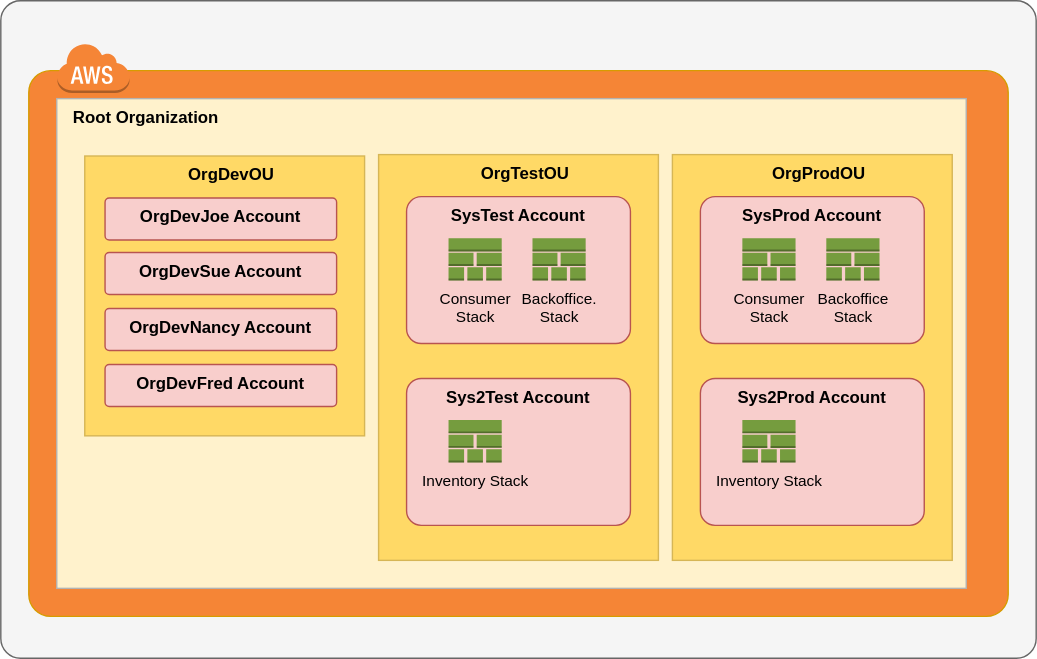
Above: docs/assets/img/LazyStackSMF6.svg in InSciCo/InSciCo (draw.io), before the change. Source tidied: cells renumbered, new cells last; positions are measured from the earlier drawing's top-left corner, leaving out a move shared by most shapes. Source of this version:
```xml
<mxGraphModel>
  <root>
    <mxCell id="0" />
    <mxCell id="1" parent="0" />
    <mxCell id="2" style="rounded=1;whiteSpace=wrap;html=1;labelBackgroundColor=#ffffff;strokeWidth=1;fillColor=#f5f5f5;fontSize=10;fontColor=#333333;arcSize=3;strokeColor=#666666;" parent="1" vertex="1">
      <mxGeometry width="740" height="470" as="geometry" />
    </mxCell>
    <mxCell id="3" style="rounded=1;arcSize=4;dashed=0;strokeWidth=1;fontSize=10;strokeColor=#d79b00;fillColor=#F58536;" parent="1" vertex="1">
      <mxGeometry x="20" y="50" width="700" height="390" as="geometry" />
    </mxCell>
    <mxCell id="4" value="Root Organization" style="rounded=0;whiteSpace=wrap;html=1;fillColor=#fff2cc;verticalAlign=top;align=left;spacingLeft=10;fontStyle=1;strokeColor=#B3B3B3;" parent="1" vertex="1">
      <mxGeometry x="40" y="70" width="650" height="350" as="geometry" />
    </mxCell>
    <mxCell id="5" style="dashed=0;html=1;shape=mxgraph.aws3.cloud;fillColor=#F58536;gradientColor=none;dashed=0;strokeWidth=1;fontSize=10;fontColor=#000000;" parent="1" vertex="1">
      <mxGeometry x="40" y="30" width="52" height="36" as="geometry" />
    </mxCell>
    <mxCell id="6" style="group;" parent="1" vertex="1">
      <mxGeometry x="60" y="111" width="200" height="210" as="geometry" />
    </mxCell>
    <mxCell id="7" value="OrgDevOU" style="rounded=0;whiteSpace=wrap;html=1;strokeColor=#d6b656;verticalAlign=top;align=center;spacingLeft=10;fontStyle=1;fillColor=#FFD966;" parent="6" vertex="1">
      <mxGeometry width="200" height="200" as="geometry" />
    </mxCell>
    <mxCell id="8" style="group;" parent="6" vertex="1">
      <mxGeometry x="14.5" y="30" width="165.5" height="30" as="geometry" />
    </mxCell>
    <mxCell id="9" value="OrgDevJoe Account" style="rounded=1;arcSize=10;dashed=0;fillColor=#f8cecc;strokeWidth=1;fontSize=12;strokeColor=#b85450;verticalAlign=top;fontStyle=1;" parent="8" vertex="1">
      <mxGeometry width="165.5" height="30" as="geometry" />
    </mxCell>
    <mxCell id="10" style="group;" parent="6" vertex="1">
      <mxGeometry x="14.5" y="149" width="165.5" height="30" as="geometry" />
    </mxCell>
    <mxCell id="11" value="OrgDevFred Account" style="rounded=1;arcSize=10;dashed=0;fillColor=#f8cecc;strokeWidth=1;fontSize=12;strokeColor=#b85450;verticalAlign=top;fontStyle=1;" parent="10" vertex="1">
      <mxGeometry width="165.5" height="30" as="geometry" />
    </mxCell>
    <mxCell id="12" style="group;" parent="6" vertex="1">
      <mxGeometry x="14.5" y="109" width="165.5" height="30" as="geometry" />
    </mxCell>
    <mxCell id="13" value="OrgDevNancy Account" style="rounded=1;arcSize=10;dashed=0;fillColor=#f8cecc;strokeWidth=1;fontSize=12;strokeColor=#b85450;verticalAlign=top;fontStyle=1;" parent="12" vertex="1">
      <mxGeometry width="165.5" height="30" as="geometry" />
    </mxCell>
    <mxCell id="14" style="group;" parent="6" vertex="1">
      <mxGeometry x="14.5" y="69" width="165.5" height="30" as="geometry" />
    </mxCell>
    <mxCell id="15" value="OrgDevSue Account" style="rounded=1;arcSize=10;dashed=0;fillColor=#f8cecc;strokeWidth=1;fontSize=12;strokeColor=#b85450;verticalAlign=top;fontStyle=1;" parent="14" vertex="1">
      <mxGeometry width="165.5" height="30" as="geometry" />
    </mxCell>
    <mxCell id="16" style="group;" parent="1" vertex="1">
      <mxGeometry x="270" y="110" width="200" height="320" as="geometry" />
    </mxCell>
    <mxCell id="17" value="OrgTestOU" style="rounded=0;whiteSpace=wrap;html=1;strokeColor=#d6b656;verticalAlign=top;align=center;spacingLeft=10;fontStyle=1;fillColor=#FFD966;" parent="16" vertex="1">
      <mxGeometry width="200" height="290" as="geometry" />
    </mxCell>
    <mxCell id="18" style="group;" parent="16" vertex="1">
      <mxGeometry x="20" y="27" width="160" height="105" as="geometry" />
    </mxCell>
    <mxCell id="19" value="SysTest Account" style="rounded=1;arcSize=10;dashed=0;fillColor=#f8cecc;strokeWidth=1;fontSize=12;strokeColor=#b85450;verticalAlign=top;fontStyle=1;" parent="18" vertex="1">
      <mxGeometry y="3" width="160" height="105" as="geometry" />
    </mxCell>
    <mxCell id="20" value="Consumer&lt;br&gt;Stack" style="dashed=0;verticalLabelPosition=bottom;verticalAlign=top;align=center;html=1;shape=mxgraph.aws3.stack_aws_cloudformation;fillColor=#759C3E;gradientColor=none;fontSize=11;" parent="18" vertex="1">
      <mxGeometry x="30" y="32.8" width="38" height="30.2" as="geometry" />
    </mxCell>
    <mxCell id="21" value="Backoffice.&lt;br&gt;Stack" style="dashed=0;verticalLabelPosition=bottom;verticalAlign=top;align=center;html=1;shape=mxgraph.aws3.stack_aws_cloudformation;fillColor=#759C3E;gradientColor=none;fontSize=11;" parent="18" vertex="1">
      <mxGeometry x="90" y="32.8" width="38" height="30.2" as="geometry" />
    </mxCell>
    <mxCell id="22" value="Sys2Test Account" style="rounded=1;arcSize=10;dashed=0;fillColor=#f8cecc;strokeWidth=1;fontSize=12;strokeColor=#b85450;verticalAlign=top;fontStyle=1;" parent="16" vertex="1">
      <mxGeometry x="20" y="160" width="160" height="105" as="geometry" />
    </mxCell>
    <mxCell id="23" value="Inventory Stack" style="dashed=0;verticalLabelPosition=bottom;verticalAlign=top;align=center;html=1;shape=mxgraph.aws3.stack_aws_cloudformation;fillColor=#759C3E;gradientColor=none;fontSize=11;" parent="16" vertex="1">
      <mxGeometry x="50" y="189.8" width="38" height="30.2" as="geometry" />
    </mxCell>
    <mxCell id="24" style="group;" parent="1" vertex="1">
      <mxGeometry x="480" y="110" width="200" height="320" as="geometry" />
    </mxCell>
    <mxCell id="25" value="OrgProdOU" style="rounded=0;whiteSpace=wrap;html=1;strokeColor=#d6b656;verticalAlign=top;align=center;spacingLeft=10;fontStyle=1;fillColor=#FFD966;" parent="24" vertex="1">
      <mxGeometry width="200" height="290" as="geometry" />
    </mxCell>
    <mxCell id="26" style="group;" parent="24" vertex="1">
      <mxGeometry x="20" y="30" width="160" height="105" as="geometry" />
    </mxCell>
    <mxCell id="27" value="SysProd Account" style="rounded=1;arcSize=10;dashed=0;fillColor=#f8cecc;strokeWidth=1;fontSize=12;strokeColor=#b85450;verticalAlign=top;fontStyle=1;" parent="26" vertex="1">
      <mxGeometry width="160" height="105" as="geometry" />
    </mxCell>
    <mxCell id="28" value="Consumer&lt;br&gt;Stack" style="dashed=0;verticalLabelPosition=bottom;verticalAlign=top;align=center;html=1;shape=mxgraph.aws3.stack_aws_cloudformation;fillColor=#759C3E;gradientColor=none;fontSize=11;" parent="26" vertex="1">
      <mxGeometry x="30" y="29.8" width="38" height="30.2" as="geometry" />
    </mxCell>
    <mxCell id="29" value="Backoffice&lt;br&gt;Stack" style="dashed=0;verticalLabelPosition=bottom;verticalAlign=top;align=center;html=1;shape=mxgraph.aws3.stack_aws_cloudformation;fillColor=#759C3E;gradientColor=none;fontSize=11;" parent="26" vertex="1">
      <mxGeometry x="90" y="29.8" width="38" height="30.2" as="geometry" />
    </mxCell>
    <mxCell id="30" style="group;" parent="24" vertex="1">
      <mxGeometry x="20" y="160" width="160" height="105" as="geometry" />
    </mxCell>
    <mxCell id="31" value="Sys2Prod Account" style="rounded=1;arcSize=10;dashed=0;fillColor=#f8cecc;strokeWidth=1;fontSize=12;strokeColor=#b85450;verticalAlign=top;fontStyle=1;" parent="30" vertex="1">
      <mxGeometry width="160" height="105" as="geometry" />
    </mxCell>
    <mxCell id="32" value="Inventory Stack" style="dashed=0;verticalLabelPosition=bottom;verticalAlign=top;align=center;html=1;shape=mxgraph.aws3.stack_aws_cloudformation;fillColor=#759C3E;gradientColor=none;fontSize=11;" parent="30" vertex="1">
      <mxGeometry x="30" y="29.8" width="38" height="30.2" as="geometry" />
    </mxCell>
  </root>
</mxGraphModel>
```
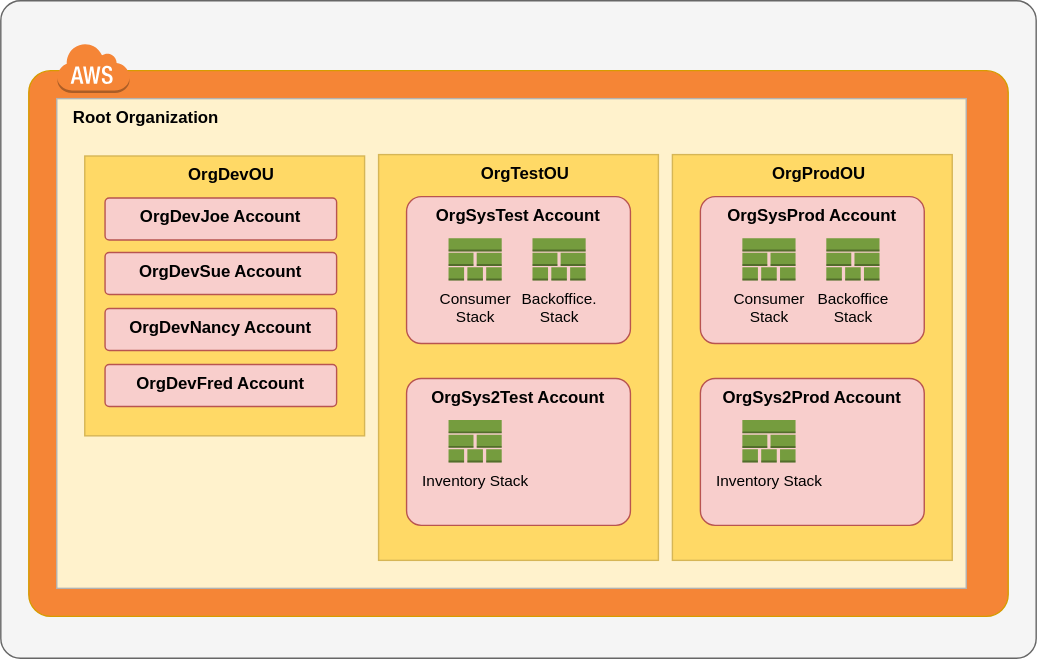
After the change.

Diff of the diagram source:
```diff
@@ -53,7 +53,7 @@
     <mxCell id="18" style="group;" parent="16" vertex="1">
       <mxGeometry x="20" y="27" width="160" height="105" as="geometry" />
     </mxCell>
-    <mxCell id="19" value="SysTest Account" style="rounded=1;arcSize=10;dashed=0;fillColor=#f8cecc;strokeWidth=1;fontSize=12;strokeColor=#b85450;verticalAlign=top;fontStyle=1;" parent="18" vertex="1">
+    <mxCell id="19" value="OrgSysTest Account" style="rounded=1;arcSize=10;dashed=0;fillColor=#f8cecc;strokeWidth=1;fontSize=12;strokeColor=#b85450;verticalAlign=top;fontStyle=1;" parent="18" vertex="1">
       <mxGeometry y="3" width="160" height="105" as="geometry" />
     </mxCell>
     <mxCell id="20" value="Consumer&lt;br&gt;Stack" style="dashed=0;verticalLabelPosition=bottom;verticalAlign=top;align=center;html=1;shape=mxgraph.aws3.stack_aws_cloudformation;fillColor=#759C3E;gradientColor=none;fontSize=11;" parent="18" vertex="1">
@@ -62,7 +62,7 @@
     <mxCell id="21" value="Backoffice.&lt;br&gt;Stack" style="dashed=0;verticalLabelPosition=bottom;verticalAlign=top;align=center;html=1;shape=mxgraph.aws3.stack_aws_cloudformation;fillColor=#759C3E;gradientColor=none;fontSize=11;" parent="18" vertex="1">
       <mxGeometry x="90" y="32.8" width="38" height="30.2" as="geometry" />
     </mxCell>
-    <mxCell id="22" value="Sys2Test Account" style="rounded=1;arcSize=10;dashed=0;fillColor=#f8cecc;strokeWidth=1;fontSize=12;strokeColor=#b85450;verticalAlign=top;fontStyle=1;" parent="16" vertex="1">
+    <mxCell id="22" value="OrgSys2Test Account" style="rounded=1;arcSize=10;dashed=0;fillColor=#f8cecc;strokeWidth=1;fontSize=12;strokeColor=#b85450;verticalAlign=top;fontStyle=1;" parent="16" vertex="1">
       <mxGeometry x="20" y="160" width="160" height="105" as="geometry" />
     </mxCell>
     <mxCell id="23" value="Inventory Stack" style="dashed=0;verticalLabelPosition=bottom;verticalAlign=top;align=center;html=1;shape=mxgraph.aws3.stack_aws_cloudformation;fillColor=#759C3E;gradientColor=none;fontSize=11;" parent="16" vertex="1">
@@ -77,7 +77,7 @@
     <mxCell id="26" style="group;" parent="24" vertex="1">
       <mxGeometry x="20" y="30" width="160" height="105" as="geometry" />
     </mxCell>
-    <mxCell id="27" value="SysProd Account" style="rounded=1;arcSize=10;dashed=0;fillColor=#f8cecc;strokeWidth=1;fontSize=12;strokeColor=#b85450;verticalAlign=top;fontStyle=1;" parent="26" vertex="1">
+    <mxCell id="27" value="OrgSysProd Account" style="rounded=1;arcSize=10;dashed=0;fillColor=#f8cecc;strokeWidth=1;fontSize=12;strokeColor=#b85450;verticalAlign=top;fontStyle=1;" parent="26" vertex="1">
       <mxGeometry width="160" height="105" as="geometry" />
     </mxCell>
     <mxCell id="28" value="Consumer&lt;br&gt;Stack" style="dashed=0;verticalLabelPosition=bottom;verticalAlign=top;align=center;html=1;shape=mxgraph.aws3.stack_aws_cloudformation;fillColor=#759C3E;gradientColor=none;fontSize=11;" parent="26" vertex="1">
@@ -89,7 +89,7 @@
     <mxCell id="30" style="group;" parent="24" vertex="1">
       <mxGeometry x="20" y="160" width="160" height="105" as="geometry" />
     </mxCell>
-    <mxCell id="31" value="Sys2Prod Account" style="rounded=1;arcSize=10;dashed=0;fillColor=#f8cecc;strokeWidth=1;fontSize=12;strokeColor=#b85450;verticalAlign=top;fontStyle=1;" parent="30" vertex="1">
+    <mxCell id="31" value="OrgSys2Prod Account" style="rounded=1;arcSize=10;dashed=0;fillColor=#f8cecc;strokeWidth=1;fontSize=12;strokeColor=#b85450;verticalAlign=top;fontStyle=1;" parent="30" vertex="1">
       <mxGeometry width="160" height="105" as="geometry" />
     </mxCell>
     <mxCell id="32" value="Inventory Stack" style="dashed=0;verticalLabelPosition=bottom;verticalAlign=top;align=center;html=1;shape=mxgraph.aws3.stack_aws_cloudformation;fillColor=#759C3E;gradientColor=none;fontSize=11;" parent="30" vertex="1">
```
